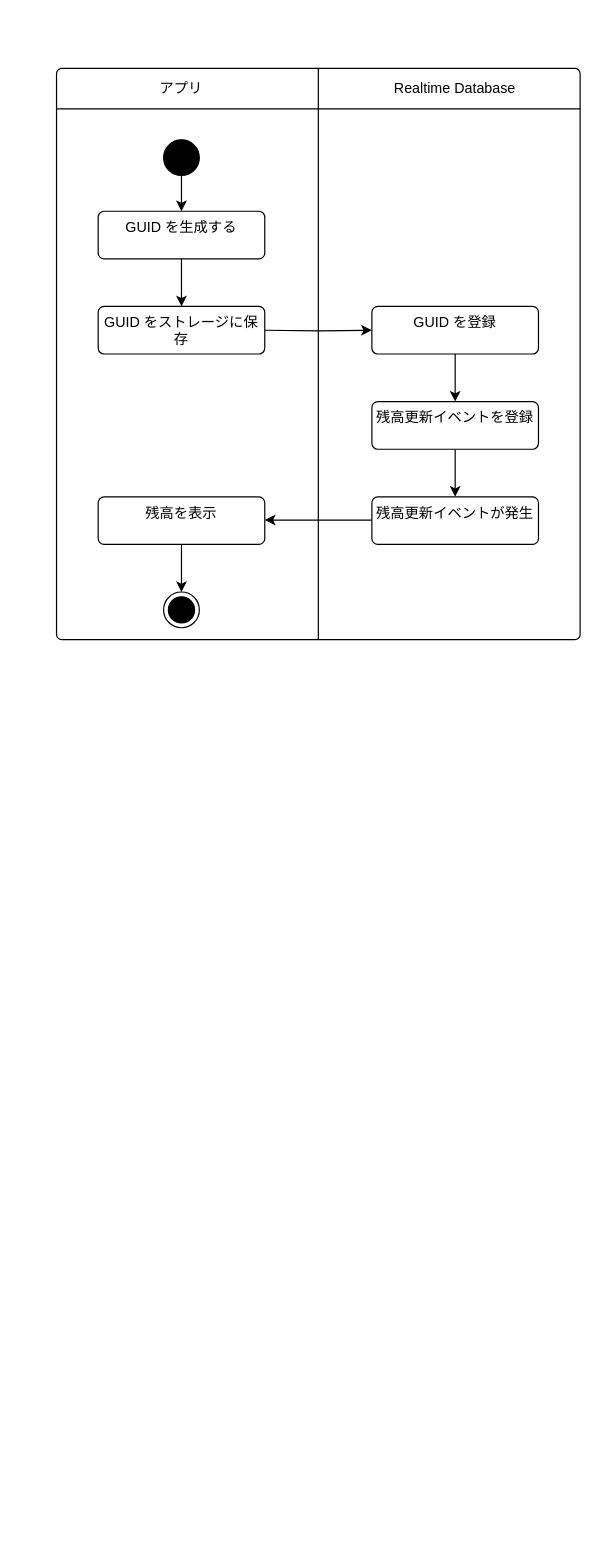
This is page "ver1_アクティビティ図" (1 of 3) of KmpRealtimeDatabaseSample/docs/KmpRealtimeDatabaseSample.drawio from seabat/kmp-samples, a draw.io file, before an edit. Source tidied: cells renumbered, new cells numbered last; positions are measured from the earlier drawing's top-left corner, leaving out a move shared by most shapes. Both pictures are drawn from the tidied source at 119%, with x=0, y=0 at pixel (56, 68).
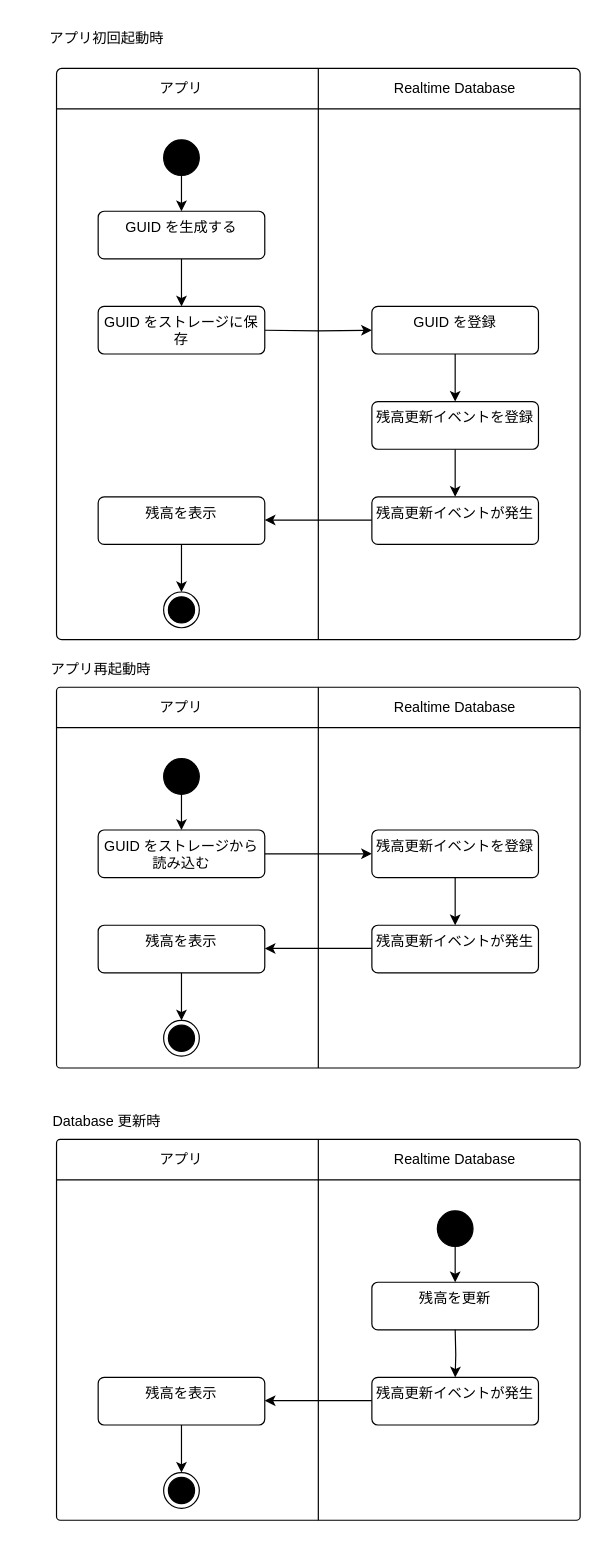
Above is the later version.

Commit message (it also covers changes not shown here):
Kmp Realtime Database Sample の README を更新

Change to the diagram source:
```diff
@@
+    <mxCell id="22" value="アプリ初回起動時" style="text;html=1;align=center;verticalAlign=middle;whiteSpace=wrap;rounded=0;" parent="1" vertex="1">
+      <mxGeometry x="-25" y="-40" width="135" height="30" as="geometry" />
+    </mxCell>
+    <mxCell id="23" value="アプリ再起動時" style="text;html=1;align=center;verticalAlign=middle;whiteSpace=wrap;rounded=0;" parent="1" vertex="1">
+      <mxGeometry x="-30" y="490" width="135" height="30" as="geometry" />
+    </mxCell>
+    <mxCell id="24" value="Database 更新時" style="text;html=1;align=center;verticalAlign=middle;whiteSpace=wrap;rounded=0;" parent="1" vertex="1">
+      <mxGeometry x="-25" y="870" width="135" height="30" as="geometry" />
+    </mxCell>
+    <mxCell id="25" style="rounded=1;whiteSpace=wrap;html=1;arcSize=1;" parent="1" vertex="1">
+      <mxGeometry y="520" width="440" height="320" as="geometry" />
+    </mxCell>
+    <mxCell id="26" style="line;strokeWidth=1;fillColor=none;align=left;verticalAlign=middle;spacingTop=-1;spacingLeft=3;spacingRight=3;labelPosition=right;strokeColor=inherit;" parent="1" vertex="1">
+      <mxGeometry y="550" width="440" height="8" as="geometry" />
+    </mxCell>
+    <mxCell id="27" style="endArrow=none;html=1;rounded=0;exitX=0.5;exitY=1;exitDx=0;exitDy=0;" parent="1" edge="1" source="25">
+      <mxGeometry relative="1" as="geometry">
+        <mxPoint x="220" y="520" as="targetPoint" />
+      </mxGeometry>
+    </mxCell>
+    <mxCell id="28" style="edgeStyle=orthogonalEdgeStyle;rounded=0;jettySize=auto;html=1;entryX=0.5;entryY=0;entryDx=0;entryDy=0;" parent="1" edge="1" source="29" target="31">
+      <mxGeometry relative="1" as="geometry" />
+    </mxCell>
+    <mxCell id="29" style="ellipse;fillColor=strokeColor;html=1;" parent="1" vertex="1">
+      <mxGeometry x="90" y="580" width="30" height="30" as="geometry" />
+    </mxCell>
+    <mxCell id="30" style="edgeStyle=orthogonalEdgeStyle;rounded=0;jettySize=auto;html=1;entryX=0;entryY=0.5;entryDx=0;entryDy=0;" parent="1" edge="1" source="31" target="36">
+      <mxGeometry relative="1" as="geometry" />
+    </mxCell>
+    <mxCell id="31" value="GUID をストレージから読み込む" style="html=1;align=center;verticalAlign=top;rounded=1;absoluteArcSize=1;arcSize=10;dashed=0;whiteSpace=wrap;" parent="1" vertex="1">
+      <mxGeometry x="35" y="640" width="140" height="40" as="geometry" />
+    </mxCell>
+    <mxCell id="32" value="アプリ" style="text;html=1;align=center;verticalAlign=middle;whiteSpace=wrap;rounded=0;" parent="1" vertex="1">
+      <mxGeometry x="75" y="522" width="60" height="30" as="geometry" />
+    </mxCell>
+    <mxCell id="33" value="Realtime Database" style="text;html=1;align=center;verticalAlign=middle;whiteSpace=wrap;rounded=0;" parent="1" vertex="1">
+      <mxGeometry x="280" y="522" width="110" height="30" as="geometry" />
+    </mxCell>
+    <mxCell id="34" style="edgeStyle=orthogonalEdgeStyle;rounded=0;orthogonalLoop=1;jettySize=auto;html=1;entryX=1;entryY=0.5;entryDx=0;entryDy=0;" parent="1" edge="1">
+      <mxGeometry relative="1" as="geometry">
+        <mxPoint x="265" y="739.5" as="sourcePoint" />
+        <mxPoint x="175" y="739.5" as="targetPoint" />
+      </mxGeometry>
+    </mxCell>
+    <mxCell id="35" style="edgeStyle=orthogonalEdgeStyle;rounded=0;jettySize=auto;html=1;" parent="1" edge="1" source="36" target="37">
+      <mxGeometry relative="1" as="geometry" />
+    </mxCell>
+    <mxCell id="36" value="残高更新イベントを登録" style="html=1;align=center;verticalAlign=top;rounded=1;absoluteArcSize=1;arcSize=10;dashed=0;whiteSpace=wrap;" parent="1" vertex="1">
+      <mxGeometry x="265" y="640" width="140" height="40" as="geometry" />
+    </mxCell>
+    <mxCell id="37" value="残高更新イベントが発生" style="html=1;align=center;verticalAlign=top;rounded=1;absoluteArcSize=1;arcSize=10;dashed=0;whiteSpace=wrap;" parent="1" vertex="1">
+      <mxGeometry x="265" y="720" width="140" height="40" as="geometry" />
+    </mxCell>
+    <mxCell id="38" value="残高を表示" style="html=1;align=center;verticalAlign=top;rounded=1;absoluteArcSize=1;arcSize=10;dashed=0;whiteSpace=wrap;" parent="1" vertex="1">
+      <mxGeometry x="35" y="720" width="140" height="40" as="geometry" />
+    </mxCell>
+    <mxCell id="39" style="edgeStyle=orthogonalEdgeStyle;rounded=0;jettySize=auto;html=1;entryX=0.5;entryY=0;entryDx=0;entryDy=0;exitX=0.5;exitY=1;exitDx=0;exitDy=0;" parent="1" edge="1" source="38" target="40">
+      <mxGeometry relative="1" as="geometry" />
+    </mxCell>
+    <mxCell id="40" style="ellipse;html=1;shape=endState;fillColor=strokeColor;" parent="1" vertex="1">
+      <mxGeometry x="90" y="800" width="30" height="30" as="geometry" />
+    </mxCell>
+    <mxCell id="41" style="rounded=1;whiteSpace=wrap;html=1;arcSize=1;" parent="1" vertex="1">
+      <mxGeometry y="900" width="440" height="320" as="geometry" />
+    </mxCell>
+    <mxCell id="42" style="line;strokeWidth=1;fillColor=none;align=left;verticalAlign=middle;spacingTop=-1;spacingLeft=3;spacingRight=3;labelPosition=right;strokeColor=inherit;" parent="1" vertex="1">
+      <mxGeometry y="930" width="440" height="8" as="geometry" />
+    </mxCell>
+    <mxCell id="43" style="endArrow=none;html=1;rounded=0;exitX=0.5;exitY=1;exitDx=0;exitDy=0;" parent="1" edge="1" source="41">
+      <mxGeometry relative="1" as="geometry">
+        <mxPoint x="220" y="900" as="targetPoint" />
+      </mxGeometry>
+    </mxCell>
+    <mxCell id="44" style="edgeStyle=orthogonalEdgeStyle;rounded=0;jettySize=auto;html=1;entryX=0.5;entryY=0;entryDx=0;entryDy=0;" parent="1" edge="1" source="45">
+      <mxGeometry relative="1" as="geometry">
+        <mxPoint x="335" y="1020" as="targetPoint" />
+      </mxGeometry>
+    </mxCell>
+    <mxCell id="45" style="ellipse;fillColor=strokeColor;html=1;" parent="1" vertex="1">
+      <mxGeometry x="320" y="960" width="30" height="30" as="geometry" />
+    </mxCell>
+    <mxCell id="46" value="アプリ" style="text;html=1;align=center;verticalAlign=middle;whiteSpace=wrap;rounded=0;" parent="1" vertex="1">
+      <mxGeometry x="75" y="902" width="60" height="30" as="geometry" />
+    </mxCell>
+    <mxCell id="47" value="Realtime Database" style="text;html=1;align=center;verticalAlign=middle;whiteSpace=wrap;rounded=0;" parent="1" vertex="1">
+      <mxGeometry x="280" y="902" width="110" height="30" as="geometry" />
+    </mxCell>
+    <mxCell id="48" value="残高を更新" style="html=1;align=center;verticalAlign=top;rounded=1;absoluteArcSize=1;arcSize=10;dashed=0;whiteSpace=wrap;" parent="1" vertex="1">
+      <mxGeometry x="265" y="1020" width="140" height="40" as="geometry" />
+    </mxCell>
+    <mxCell id="49" style="edgeStyle=orthogonalEdgeStyle;rounded=0;orthogonalLoop=1;jettySize=auto;html=1;entryX=1;entryY=0.5;entryDx=0;entryDy=0;" parent="1" edge="1">
+      <mxGeometry relative="1" as="geometry">
+        <mxPoint x="265" y="1119.5" as="sourcePoint" />
+        <mxPoint x="175" y="1119.5" as="targetPoint" />
+      </mxGeometry>
+    </mxCell>
+    <mxCell id="50" style="edgeStyle=orthogonalEdgeStyle;rounded=0;jettySize=auto;html=1;" parent="1" edge="1" target="51">
+      <mxGeometry relative="1" as="geometry">
+        <mxPoint x="335" y="1060" as="sourcePoint" />
+      </mxGeometry>
+    </mxCell>
+    <mxCell id="51" value="残高更新イベントが発生" style="html=1;align=center;verticalAlign=top;rounded=1;absoluteArcSize=1;arcSize=10;dashed=0;whiteSpace=wrap;" parent="1" vertex="1">
+      <mxGeometry x="265" y="1100" width="140" height="40" as="geometry" />
+    </mxCell>
+    <mxCell id="52" value="残高を表示" style="html=1;align=center;verticalAlign=top;rounded=1;absoluteArcSize=1;arcSize=10;dashed=0;whiteSpace=wrap;" parent="1" vertex="1">
+      <mxGeometry x="35" y="1100" width="140" height="40" as="geometry" />
+    </mxCell>
+    <mxCell id="53" style="edgeStyle=orthogonalEdgeStyle;rounded=0;jettySize=auto;html=1;entryX=0.5;entryY=0;entryDx=0;entryDy=0;exitX=0.5;exitY=1;exitDx=0;exitDy=0;" parent="1" edge="1" source="52" target="54">
+      <mxGeometry relative="1" as="geometry" />
+    </mxCell>
+    <mxCell id="54" style="ellipse;html=1;shape=endState;fillColor=strokeColor;" parent="1" vertex="1">
+      <mxGeometry x="90" y="1180" width="30" height="30" as="geometry" />
+    </mxCell>
```
